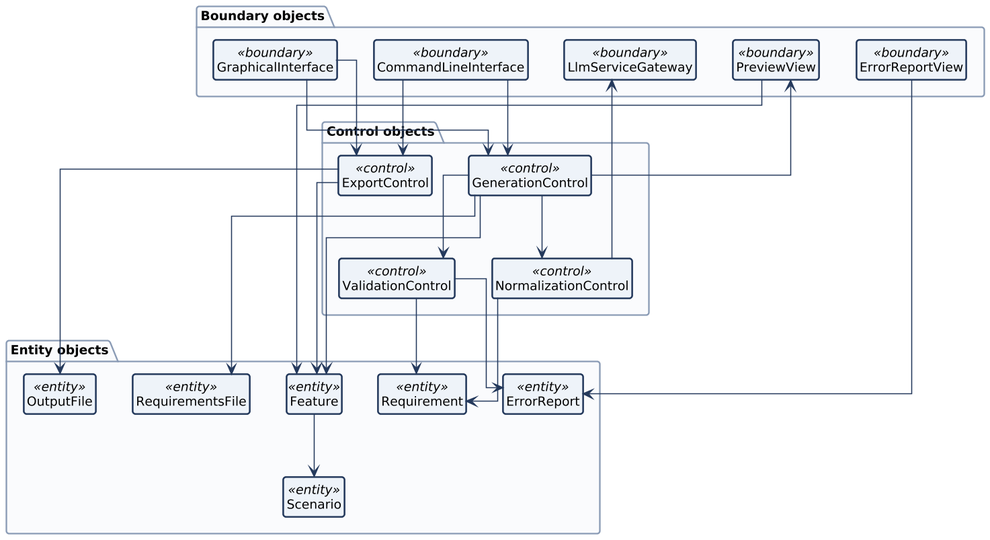
mrgedikli/Automated-Gherkin-and-BDD-Test-Scenario-Generator keeps this PlantUML diagram as docs/diagrams/analysis.png. Above is the earlier version. Its source is kept beside it as docs/diagrams/analysis.puml.
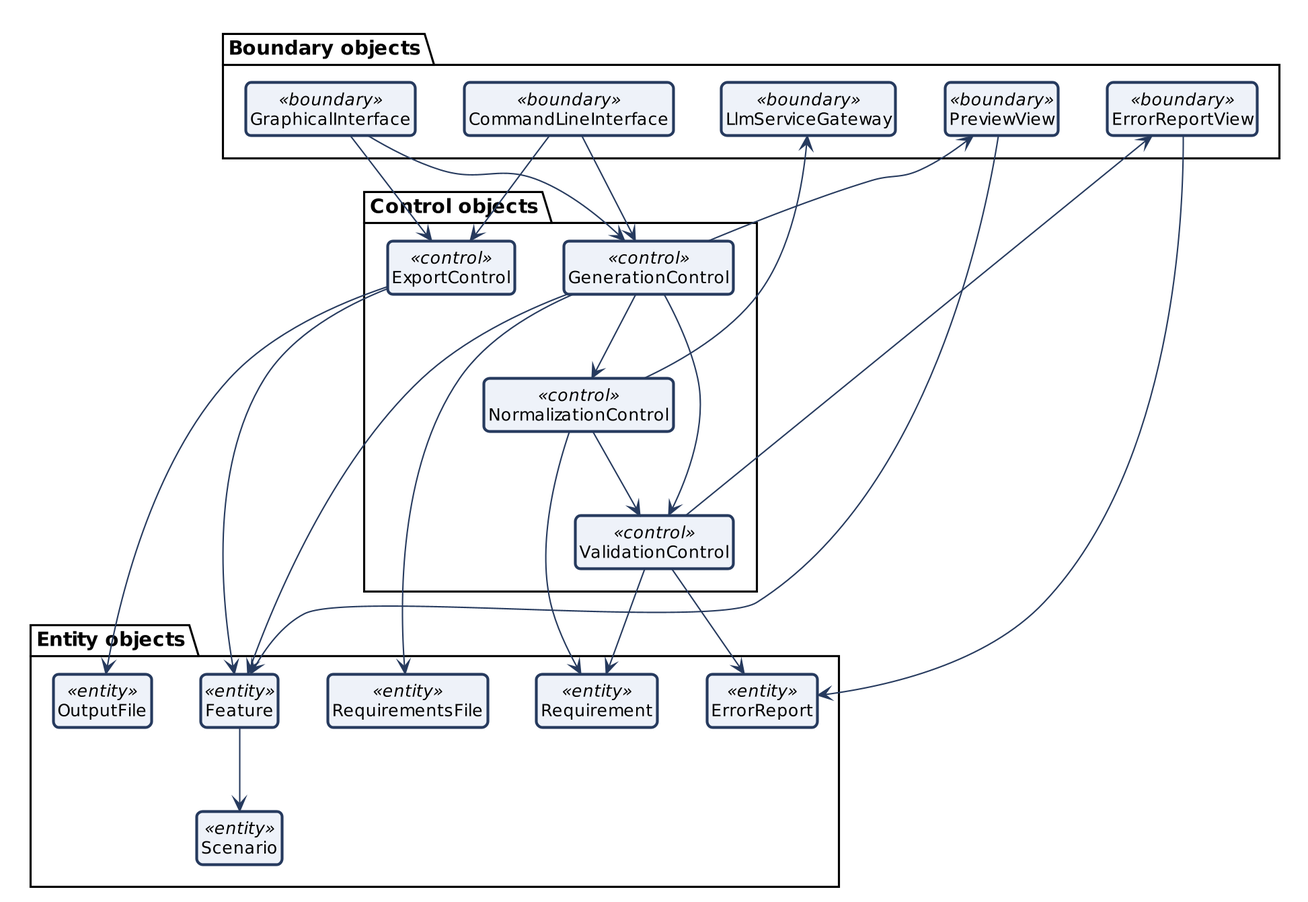
The same diagram one commit later.

The edit, as a diff of the source:
```diff
@@ -3,46 +3,45 @@
 hide circle
 hide methods
 hide members
-
-skinparam linetype ortho
 package "Boundary objects" {
+  class GraphicalInterface <<boundary>>
   class CommandLineInterface <<boundary>>
-  class GraphicalInterface <<boundary>>
+  class LlmServiceGateway <<boundary>>
   class PreviewView <<boundary>>
   class ErrorReportView <<boundary>>
-  class LlmServiceGateway <<boundary>>
 }
 package "Control objects" {
   class GenerationControl <<control>>
+  class ExportControl <<control>>
   class ValidationControl <<control>>
   class NormalizationControl <<control>>
-  class ExportControl <<control>>
 }
 package "Entity objects" {
+  class OutputFile <<entity>>
   class RequirementsFile <<entity>>
+  class Feature <<entity>>
   class Requirement <<entity>>
   class ErrorReport <<entity>>
-  class Feature <<entity>>
   class Scenario <<entity>>
-  class OutputFile <<entity>>
 }
+GraphicalInterface --> GenerationControl
+GraphicalInterface --> ExportControl
 CommandLineInterface --> GenerationControl
-GraphicalInterface --> GenerationControl
 CommandLineInterface --> ExportControl
-GraphicalInterface --> ExportControl
-GenerationControl --> RequirementsFile
 GenerationControl --> ValidationControl
 GenerationControl --> NormalizationControl
+GenerationControl --> RequirementsFile
 GenerationControl --> Feature
 GenerationControl --> PreviewView
+NormalizationControl --> ValidationControl
 NormalizationControl --> LlmServiceGateway
-
 NormalizationControl --> Requirement
 ValidationControl --> Requirement
 ValidationControl --> ErrorReport
+ValidationControl --> ErrorReportView
 ErrorReportView --> ErrorReport
 PreviewView --> Feature
-Feature --> Scenario
 ExportControl --> Feature
 ExportControl --> OutputFile
+Feature --> Scenario
 @enduml
```
